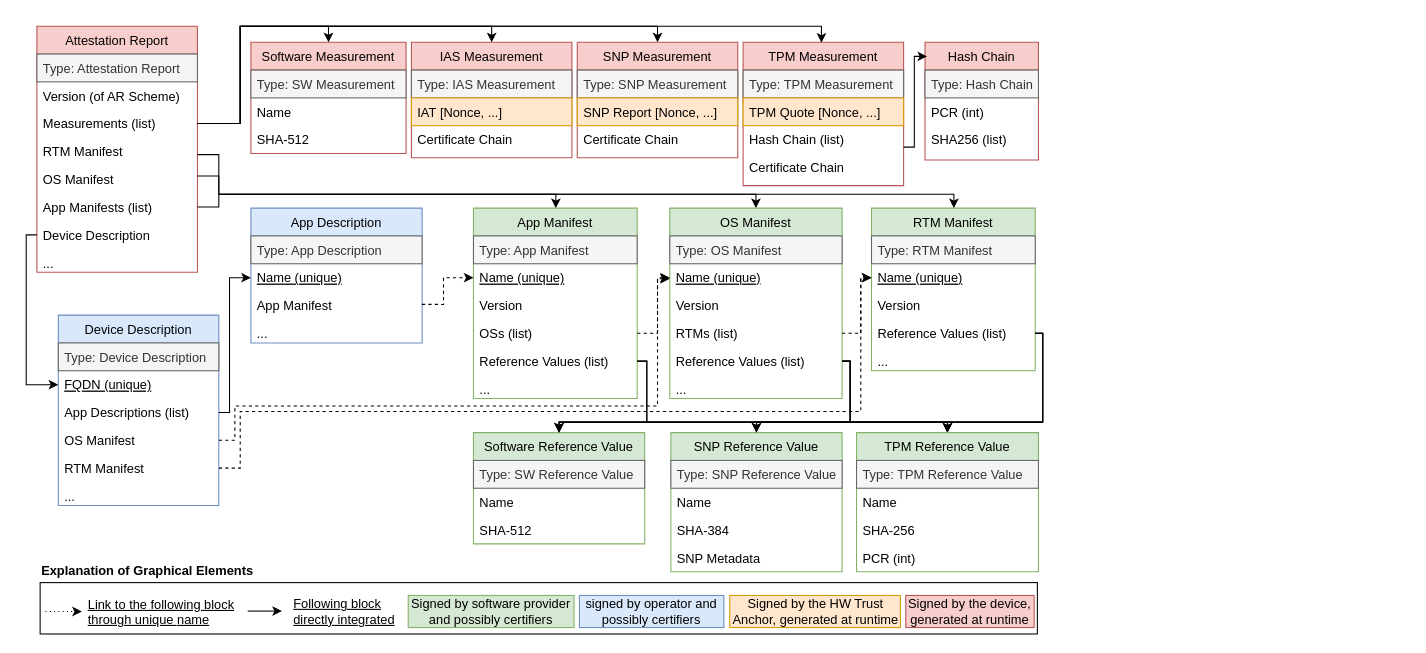
Before: doc/attestation_report.drawio in Fraunhofer-AISEC/cmc, a draw.io diagram. Source tidied: cells renumbered, new cells numbered last; positions are measured from the earlier drawing's top-left corner, leaving out a move shared by most shapes. Both pictures are drawn from the tidied source at 107%, with x=0, y=0 at pixel (26, 26).
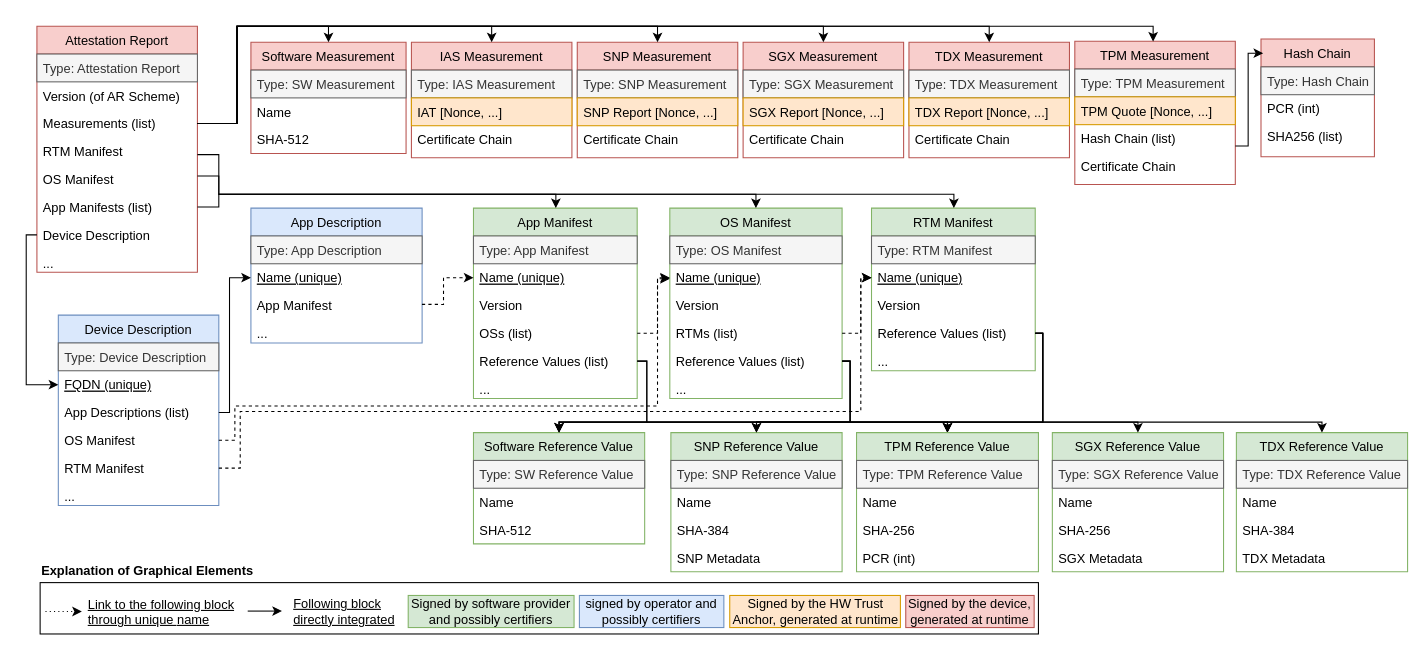
The same page after the edit.

Unchanged cells that the change refers to:
```xml
<mxCell id="25" value="Measurements (list)" style="text;strokeColor=none;fillColor=none;align=left;verticalAlign=top;spacingLeft=4;spacingRight=4;overflow=hidden;points=[[0,0.5],[1,0.5]];portConstraint=eastwest;" parent="22" vertex="1">
  <mxGeometry y="78" width="150" height="26" as="geometry" />
</mxCell>
<mxCell id="42" value="Software Measurement" style="swimlane;fontStyle=0;horizontal=1;startSize=26;fillColor=#f8cecc;strokeColor=#b85450;" parent="1" vertex="1">
  <mxGeometry x="210" y="15" width="145" height="104" as="geometry" />
</mxCell>
<mxCell id="50" value="Reference Values (list)" style="text;strokeColor=none;fillColor=none;align=left;verticalAlign=top;spacingLeft=4;spacingRight=4;overflow=hidden;points=[[0,0.5],[1,0.5]];portConstraint=eastwest;" parent="46" vertex="1">
  <mxGeometry y="104" width="153" height="26" as="geometry" />
</mxCell>
<mxCell id="76" value="SNP Measurement" style="swimlane;fontStyle=0;horizontal=1;startSize=26;fillColor=#f8cecc;strokeColor=#b85450;" parent="1" vertex="1">
  <mxGeometry x="515" y="15" width="150" height="108" as="geometry" />
</mxCell>
<mxCell id="80" value="IAS Measurement" style="swimlane;fontStyle=0;horizontal=1;startSize=26;fillColor=#f8cecc;strokeColor=#b85450;" parent="1" vertex="1">
  <mxGeometry x="360" y="15" width="150" height="108" as="geometry" />
</mxCell>
```

The edit, as a diff of the source:
```diff
@@
     <mxCell id="2" style="rounded=0;whiteSpace=wrap;html=1;fontColor=#000000;fillColor=default;" parent="1" vertex="1">
-      <mxGeometry x="13" y="520" width="932" height="48" as="geometry" />
+      <mxGeometry x="13" y="520" width="933" height="48" as="geometry" />
     </mxCell>
@@
     <mxCell id="36" value="TPM Measurement" style="swimlane;fontStyle=0;horizontal=1;startSize=26;fillColor=#f8cecc;strokeColor=#b85450;" parent="1" vertex="1">
-      <mxGeometry x="670" y="15" width="150" height="134" as="geometry" />
+      <mxGeometry x="980" y="14" width="150" height="134" as="geometry" />
     </mxCell>
@@
     <mxCell id="41" style="edgeStyle=orthogonalEdgeStyle;rounded=0;jettySize=auto;html=1;entryX=0.488;entryY=0.003;entryDx=0;entryDy=0;entryPerimeter=0;" parent="1" edge="1" source="25" target="36">
       <mxGeometry relative="1" as="geometry">
         <Array as="points">
-          <mxPoint x="200" y="91" />
-          <mxPoint x="200" />
-          <mxPoint x="743" />
+          <mxPoint x="197" y="91" />
+          <mxPoint x="197" />
+          <mxPoint x="1053" />
         </Array>
       </mxGeometry>
     </mxCell>
@@
     <mxCell id="62" value="Hash Chain" style="swimlane;fontStyle=0;horizontal=1;startSize=26;fillColor=#f8cecc;strokeColor=#b85450;" parent="1" vertex="1">
-      <mxGeometry x="840" y="15" width="106" height="110" as="geometry" />
+      <mxGeometry x="1154" y="12" width="106" height="110" as="geometry" />
     </mxCell>
@@
     <mxCell id="70" style="edgeStyle=orthogonalEdgeStyle;rounded=0;jettySize=auto;html=1;entryX=0.5;entryY=0;entryDx=0;entryDy=0;" parent="1" edge="1" source="25" target="42">
       <mxGeometry relative="1" as="geometry">
         <Array as="points">
-          <mxPoint x="200" y="91" />
-          <mxPoint x="200" />
+          <mxPoint x="197" y="91" />
+          <mxPoint x="197" />
           <mxPoint x="283" />
         </Array>
       </mxGeometry>
     </mxCell>
@@
     <mxCell id="84" style="edgeStyle=segmentEdgeStyle;endArrow=classic;html=1;rounded=0;fontColor=#CC0000;entryX=0.5;entryY=0;entryDx=0;entryDy=0;" parent="1" edge="1" source="25" target="80">
       <mxGeometry relative="1" as="geometry">
         <Array as="points">
-          <mxPoint x="200" y="91" />
-          <mxPoint x="200" />
+          <mxPoint x="197" y="91" />
+          <mxPoint x="197" />
           <mxPoint x="435" />
         </Array>
       </mxGeometry>
     </mxCell>
-    <mxCell id="85" style="edgeStyle=segmentEdgeStyle;endArrow=classic;html=1;rounded=0;fontColor=#CC0000;entryX=0.5;entryY=0;entryDx=0;entryDy=0;" parent="1" edge="1" target="76">
-      <mxGeometry relative="1" as="geometry">
-        <mxPoint x="200" y="91" as="sourcePoint" />
-        <Array as="points">
-          <mxPoint x="200" y="74" />
-          <mxPoint x="200" />
-          <mxPoint x="590" />
-        </Array>
-      </mxGeometry>
-    </mxCell>
@@
+    <mxCell id="110" value="SGX Measurement" style="swimlane;fontStyle=0;horizontal=1;startSize=26;fillColor=#f8cecc;strokeColor=#b85450;" parent="1" vertex="1">
+      <mxGeometry x="670" y="15" width="150" height="108" as="geometry" />
+    </mxCell>
+    <mxCell id="111" value="Type: SGX Measurement" style="text;strokeColor=#666666;fillColor=#f5f5f5;align=left;verticalAlign=top;spacingLeft=4;spacingRight=4;overflow=hidden;fontColor=#333333;" parent="110" vertex="1">
+      <mxGeometry y="26" width="150" height="26" as="geometry" />
+    </mxCell>
+    <mxCell id="112" value="SGX Report [Nonce, ...]" style="text;align=left;verticalAlign=top;spacingLeft=4;spacingRight=4;overflow=hidden;fillColor=#ffe6cc;strokeColor=#d79b00;" parent="110" vertex="1">
+      <mxGeometry y="52" width="150" height="26" as="geometry" />
+    </mxCell>
+    <mxCell id="113" value="Certificate Chain" style="text;align=left;verticalAlign=top;spacingLeft=4;spacingRight=4;overflow=hidden;" parent="110" vertex="1">
+      <mxGeometry y="78" width="150" height="30" as="geometry" />
+    </mxCell>
+    <mxCell id="114" style="edgeStyle=orthogonalEdgeStyle;rounded=0;jettySize=auto;html=1;exitX=1;exitY=0.5;exitDx=0;exitDy=0;entryX=0.5;entryY=0;entryDx=0;entryDy=0;" parent="1" edge="1" source="25" target="110">
+      <mxGeometry relative="1" as="geometry">
+        <Array as="points">
+          <mxPoint x="197" y="91" />
+          <mxPoint x="197" />
+          <mxPoint x="745" />
+        </Array>
+      </mxGeometry>
+    </mxCell>
+    <mxCell id="115" value="SGX Reference Value" style="swimlane;fontStyle=0;horizontal=1;startSize=26;fillColor=#d5e8d4;strokeColor=#82b366;" parent="1" vertex="1">
+      <mxGeometry x="959" y="379.8" width="160" height="130" as="geometry" />
+    </mxCell>
+    <mxCell id="116" value="Type: SGX Reference Value" style="text;strokeColor=#666666;fillColor=#f5f5f5;align=left;verticalAlign=top;spacingLeft=4;spacingRight=4;overflow=hidden;fontColor=#333333;" parent="115" vertex="1">
+      <mxGeometry y="26" width="160" height="26" as="geometry" />
+    </mxCell>
+    <mxCell id="117" value="Name" style="text;strokeColor=none;fillColor=none;align=left;verticalAlign=top;spacingLeft=4;spacingRight=4;overflow=hidden;" parent="115" vertex="1">
+      <mxGeometry y="52" width="160" height="26" as="geometry" />
+    </mxCell>
+    <mxCell id="118" value="SHA-256" style="text;strokeColor=none;fillColor=none;align=left;verticalAlign=top;spacingLeft=4;spacingRight=4;overflow=hidden;" parent="115" vertex="1">
+      <mxGeometry y="78" width="160" height="26" as="geometry" />
+    </mxCell>
+    <mxCell id="119" value="SGX Metadata" style="text;strokeColor=none;fillColor=none;align=left;verticalAlign=top;spacingLeft=4;spacingRight=4;overflow=hidden;" parent="115" vertex="1">
+      <mxGeometry y="104" width="160" height="26" as="geometry" />
+    </mxCell>
+    <mxCell id="120" style="edgeStyle=orthogonalEdgeStyle;rounded=0;jettySize=auto;html=1;exitX=1;exitY=0.5;exitDx=0;exitDy=0;entryX=0.5;entryY=0;entryDx=0;entryDy=0;" parent="1" edge="1" source="50" target="115">
+      <mxGeometry relative="1" as="geometry">
+        <Array as="points">
+          <mxPoint x="950" y="287" />
+          <mxPoint x="950" y="370" />
+          <mxPoint x="1039" y="370" />
+        </Array>
+      </mxGeometry>
+    </mxCell>
+    <mxCell id="121" value="TDX Reference Value" style="swimlane;fontStyle=0;horizontal=1;startSize=26;fillColor=#d5e8d4;strokeColor=#82b366;" parent="1" vertex="1">
+      <mxGeometry x="1131" y="379.8" width="160" height="130" as="geometry" />
+    </mxCell>
+    <mxCell id="122" value="Type: TDX Reference Value" style="text;strokeColor=#666666;fillColor=#f5f5f5;align=left;verticalAlign=top;spacingLeft=4;spacingRight=4;overflow=hidden;fontColor=#333333;" parent="121" vertex="1">
+      <mxGeometry y="26" width="160" height="26" as="geometry" />
+    </mxCell>
+    <mxCell id="123" value="Name" style="text;strokeColor=none;fillColor=none;align=left;verticalAlign=top;spacingLeft=4;spacingRight=4;overflow=hidden;" parent="121" vertex="1">
+      <mxGeometry y="52" width="160" height="26" as="geometry" />
+    </mxCell>
+    <mxCell id="124" value="SHA-384" style="text;strokeColor=none;fillColor=none;align=left;verticalAlign=top;spacingLeft=4;spacingRight=4;overflow=hidden;" parent="121" vertex="1">
+      <mxGeometry y="78" width="160" height="26" as="geometry" />
+    </mxCell>
+    <mxCell id="125" value="TDX Metadata" style="text;strokeColor=none;fillColor=none;align=left;verticalAlign=top;spacingLeft=4;spacingRight=4;overflow=hidden;" parent="121" vertex="1">
+      <mxGeometry y="104" width="160" height="26" as="geometry" />
+    </mxCell>
+    <mxCell id="126" style="edgeStyle=orthogonalEdgeStyle;rounded=0;jettySize=auto;html=1;exitX=1;exitY=0.5;exitDx=0;exitDy=0;" parent="1" edge="1" source="50" target="121">
+      <mxGeometry relative="1" as="geometry">
+        <Array as="points">
+          <mxPoint x="950" y="287" />
+          <mxPoint x="950" y="370" />
+          <mxPoint x="1211" y="370" />
+        </Array>
+      </mxGeometry>
+    </mxCell>
+    <mxCell id="127" value="TDX Measurement" style="swimlane;fontStyle=0;horizontal=1;startSize=26;fillColor=#f8cecc;strokeColor=#b85450;" parent="1" vertex="1">
+      <mxGeometry x="825" y="15" width="150" height="108" as="geometry" />
+    </mxCell>
+    <mxCell id="128" value="Type: TDX Measurement" style="text;strokeColor=#666666;fillColor=#f5f5f5;align=left;verticalAlign=top;spacingLeft=4;spacingRight=4;overflow=hidden;fontColor=#333333;" parent="127" vertex="1">
+      <mxGeometry y="26" width="150" height="26" as="geometry" />
+    </mxCell>
+    <mxCell id="129" value="TDX Report [Nonce, ...]" style="text;align=left;verticalAlign=top;spacingLeft=4;spacingRight=4;overflow=hidden;fillColor=#ffe6cc;strokeColor=#d79b00;" parent="127" vertex="1">
+      <mxGeometry y="52" width="150" height="26" as="geometry" />
+    </mxCell>
+    <mxCell id="130" value="Certificate Chain" style="text;align=left;verticalAlign=top;spacingLeft=4;spacingRight=4;overflow=hidden;" parent="127" vertex="1">
+      <mxGeometry y="78" width="150" height="30" as="geometry" />
+    </mxCell>
+    <mxCell id="131" style="edgeStyle=orthogonalEdgeStyle;rounded=0;jettySize=auto;html=1;exitX=1;exitY=0.5;exitDx=0;exitDy=0;entryX=0.5;entryY=0;entryDx=0;entryDy=0;" parent="1" edge="1" source="25" target="127">
+      <mxGeometry relative="1" as="geometry">
+        <Array as="points">
+          <mxPoint x="197" y="91" />
+          <mxPoint x="197" />
+          <mxPoint x="900" />
+        </Array>
+      </mxGeometry>
+    </mxCell>
+    <mxCell id="132" style="edgeStyle=orthogonalEdgeStyle;rounded=0;jettySize=auto;html=1;exitX=1;exitY=0.5;exitDx=0;exitDy=0;entryX=0.5;entryY=0;entryDx=0;entryDy=0;" parent="1" edge="1" source="25" target="76">
+      <mxGeometry relative="1" as="geometry">
+        <Array as="points">
+          <mxPoint x="197" y="91" />
+          <mxPoint x="197" />
+          <mxPoint x="590" />
+        </Array>
+      </mxGeometry>
+    </mxCell>
```
